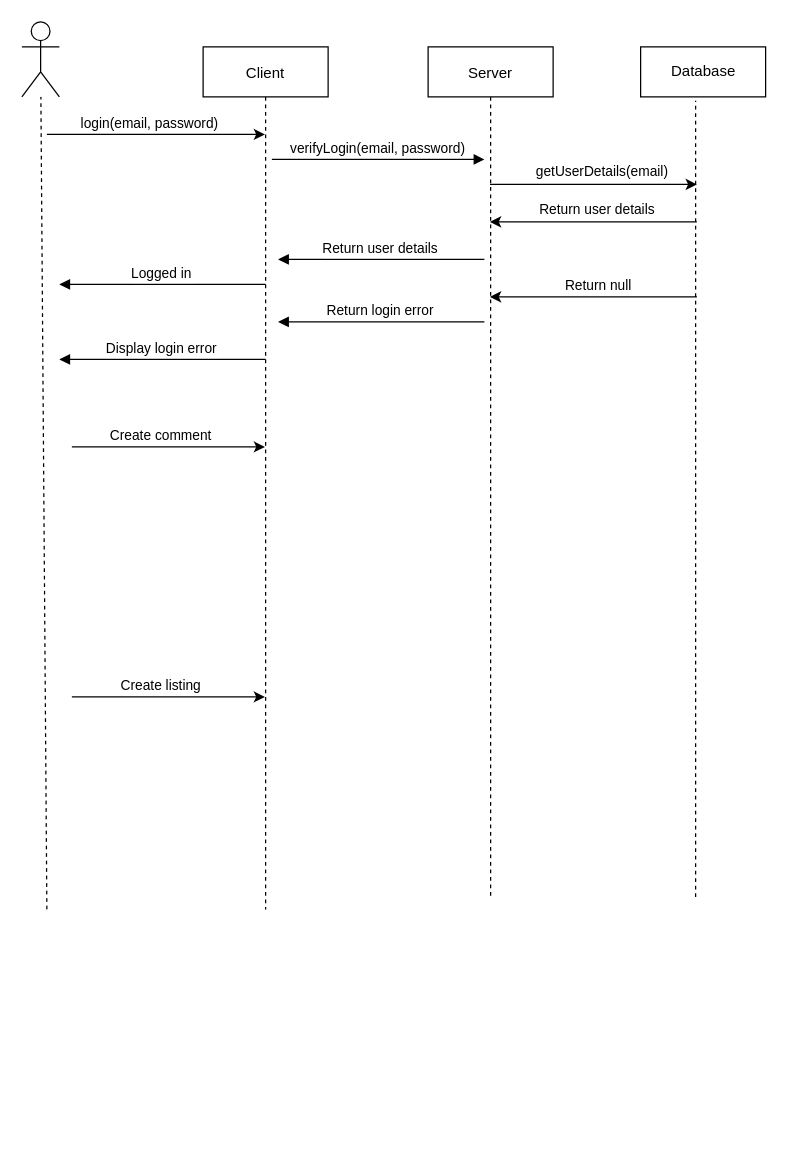
Earlier version of the draw.io diagram PSI_sequence_diagram.drawio (vortex200/tutor-finder-files). Source tidied: cells renumbered, new cells numbered last; positions are measured from the earlier drawing's top-left corner, leaving out a move shared by most shapes. Both pictures are drawn from the tidied source at 125%, with x=0, y=0 at pixel (21, 21).
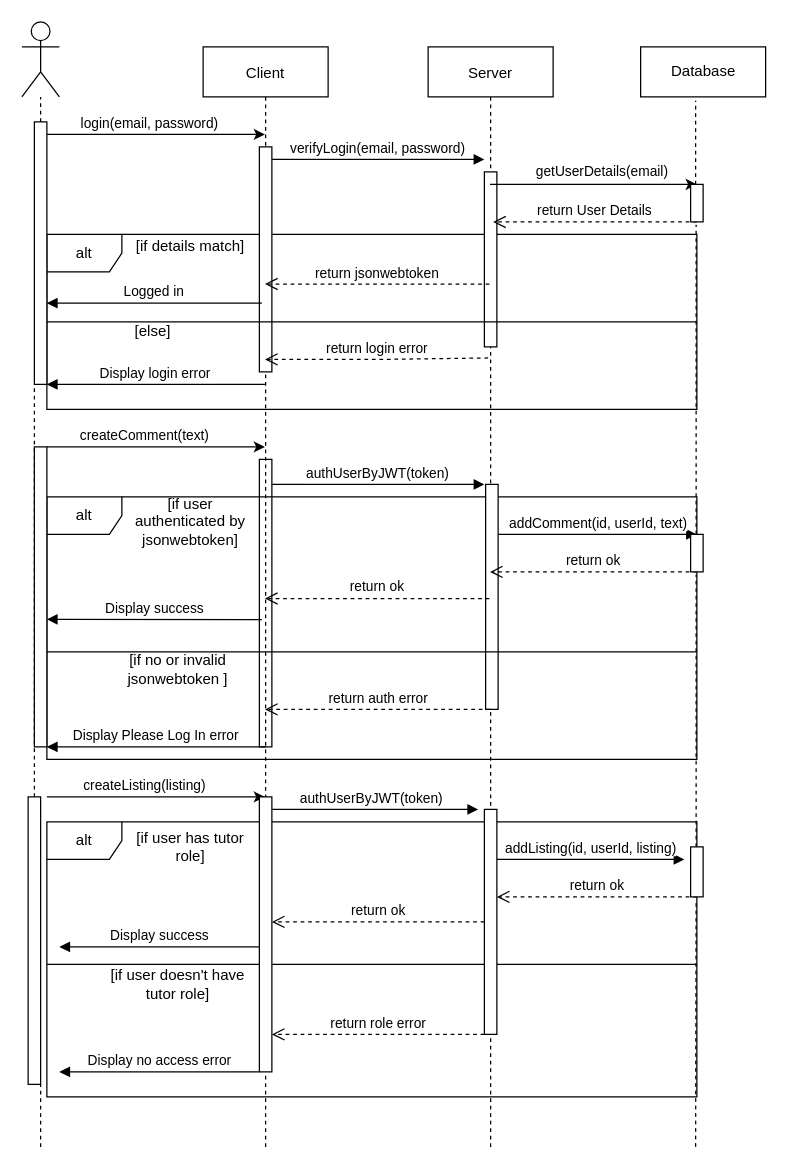
The same diagram, later.

Unchanged cells that the change refers to:
```xml
<mxCell id="2" value="Client" style="shape=umlLifeline;perimeter=lifelinePerimeter;rounded=0;shadow=0;strokeWidth=1;" parent="1" vertex="1">
  <mxGeometry x="145" y="20" width="100" height="690" as="geometry" />
</mxCell>
<mxCell id="3" value="Server" style="shape=umlLifeline;perimeter=lifelinePerimeter;rounded=0;shadow=0;strokeWidth=1;" parent="1" vertex="1">
  <mxGeometry x="325" y="20" width="100" height="680" as="geometry" />
</mxCell>
<mxCell id="6" value="Database" style="html=1;" parent="1" vertex="1">
  <mxGeometry x="495" y="20" width="100" height="40" as="geometry" />
</mxCell>
<mxCell id="7" style="shape=umlActor;verticalLabelPosition=bottom;verticalAlign=top;html=1;" parent="1" vertex="1">
  <mxGeometry width="30" height="60" as="geometry" />
</mxCell>
```

Diff of the diagram source:
```diff
@@
+    <mxCell id="24" style="html=1;perimeter=orthogonalPerimeter;" parent="1" vertex="1">
+      <mxGeometry x="190" y="350" width="10" height="230" as="geometry" />
+    </mxCell>
+    <mxCell id="25" value="alt" style="shape=umlFrame;whiteSpace=wrap;html=1;" parent="1" vertex="1">
+      <mxGeometry x="20" y="380" width="520" height="210" as="geometry" />
+    </mxCell>
+    <mxCell id="26" value="alt" style="shape=umlFrame;whiteSpace=wrap;html=1;" parent="1" vertex="1">
+      <mxGeometry x="20" y="170" width="520" height="140" as="geometry" />
+    </mxCell>
@@
+    <mxCell id="27" style="html=1;perimeter=orthogonalPerimeter;" parent="2" vertex="1">
+      <mxGeometry x="45" y="80" width="10" height="180" as="geometry" />
+    </mxCell>
@@
+    <mxCell id="28" value="addComment(id, userId, text)" style="html=1;verticalAlign=bottom;endArrow=block;" parent="3" edge="1" source="31">
+      <mxGeometry relative="1" as="geometry">
+        <mxPoint x="215" y="390" as="targetPoint" />
+      </mxGeometry>
+    </mxCell>
+    <mxCell id="29" style="endArrow=none;dashed=1;html=1;" parent="3" edge="1">
+      <mxGeometry relative="1" as="geometry">
+        <mxPoint x="50" y="880" as="sourcePoint" />
+        <mxPoint x="50" y="680" as="targetPoint" />
+      </mxGeometry>
+    </mxCell>
+    <mxCell id="30" style="html=1;perimeter=orthogonalPerimeter;" parent="3" vertex="1">
+      <mxGeometry x="45" y="100" width="10" height="140" as="geometry" />
+    </mxCell>
+    <mxCell id="31" style="html=1;points=[];perimeter=orthogonalPerimeter;" parent="3" vertex="1">
+      <mxGeometry x="46" y="350" width="10" height="180" as="geometry" />
+    </mxCell>
@@
-    <mxCell id="5" value="Return user details" style="verticalAlign=bottom;endArrow=block;entryX=1;entryY=0;shadow=0;strokeWidth=1;" parent="1" edge="1">
-      <mxGeometry relative="1" as="geometry">
-        <mxPoint x="370" y="190" as="sourcePoint" />
-        <mxPoint x="205" y="190" as="targetPoint" />
-      </mxGeometry>
-    </mxCell>
@@
-    <mxCell id="8" style="endArrow=none;dashed=1;html=1;" parent="1" edge="1" target="7">
-      <mxGeometry relative="1" as="geometry">
-        <mxPoint x="20" y="710" as="sourcePoint" />
-      </mxGeometry>
+    <mxCell id="8" style="endArrow=none;dashed=1;html=1;" parent="1" edge="1" source="59" target="7">
+      <mxGeometry relative="1" as="geometry" />
     </mxCell>
-    <mxCell id="9" style="endArrow=none;dashed=1;html=1;entryX=0.44;entryY=1.075;entryDx=0;entryDy=0;entryPerimeter=0;" parent="1" edge="1" target="6">
-      <mxGeometry relative="1" as="geometry">
-        <mxPoint x="539" y="700" as="sourcePoint" />
-      </mxGeometry>
+    <mxCell id="9" style="endArrow=none;dashed=1;html=1;entryX=0.44;entryY=1.075;entryDx=0;entryDy=0;entryPerimeter=0;" parent="1" edge="1" source="61" target="6">
+      <mxGeometry relative="1" as="geometry" />
     </mxCell>
@@
-    <mxCell id="14" value="Return user details" style="endArrow=classic;html=1;" parent="1" edge="1" target="3">
-      <mxGeometry x="-0.03" y="-10" relative="1" as="geometry">
-        <mxPoint x="540" y="160" as="sourcePoint" />
-      </mxGeometry>
-    </mxCell>
-    <mxCell id="15" style="endArrow=classic;html=1;" parent="1" edge="1" target="3">
-      <mxGeometry relative="1" as="geometry">
-        <mxPoint x="540" y="220" as="sourcePoint" />
-      </mxGeometry>
-    </mxCell>
-    <mxCell id="16" value="Return null" style="edgeLabel;html=1;align=center;verticalAlign=middle;" parent="15" vertex="1">
-      <mxGeometry x="-0.18" y="-2" relative="1" as="geometry">
-        <mxPoint x="-12" y="-8" as="offset" />
-      </mxGeometry>
-    </mxCell>
-    <mxCell id="17" value="Return login error" style="verticalAlign=bottom;endArrow=block;entryX=1;entryY=0;shadow=0;strokeWidth=1;" parent="1" edge="1">
-      <mxGeometry relative="1" as="geometry">
-        <mxPoint x="370" y="240" as="sourcePoint" />
-        <mxPoint x="205" y="240" as="targetPoint" />
-      </mxGeometry>
-    </mxCell>
-    <mxCell id="18" value="Display login error" style="verticalAlign=bottom;endArrow=block;entryX=1;entryY=0;shadow=0;strokeWidth=1;" parent="1" edge="1">
+    <mxCell id="18" value="Display login error" style="verticalAlign=bottom;endArrow=block;shadow=0;strokeWidth=1;" parent="1" edge="1">
       <mxGeometry relative="1" as="geometry">
-        <mxPoint x="195" y="270" as="sourcePoint" />
-        <mxPoint x="30" y="270" as="targetPoint" />
+        <mxPoint x="195" y="290" as="sourcePoint" />
+        <mxPoint x="20" y="290" as="targetPoint" />
       </mxGeometry>
     </mxCell>
-    <mxCell id="19" value="Logged in" style="verticalAlign=bottom;endArrow=block;entryX=1;entryY=0;shadow=0;strokeWidth=1;" parent="1" edge="1">
+    <mxCell id="19" value="Logged in" style="verticalAlign=bottom;endArrow=block;shadow=0;strokeWidth=1;exitX=0.47;exitY=0.297;exitDx=0;exitDy=0;exitPerimeter=0;" parent="1" edge="1" source="2">
       <mxGeometry relative="1" as="geometry">
-        <mxPoint x="195" y="210" as="sourcePoint" />
-        <mxPoint x="30" y="210" as="targetPoint" />
+        <mxPoint x="20" y="225" as="targetPoint" />
       </mxGeometry>
     </mxCell>
     <mxCell id="20" style="endArrow=classic;html=1;" parent="1" edge="1" target="2">
       <mxGeometry relative="1" as="geometry">
-        <mxPoint x="40" y="340" as="sourcePoint" />
+        <mxPoint x="20" y="340" as="sourcePoint" />
       </mxGeometry>
     </mxCell>
-    <mxCell id="21" value="Create comment" style="edgeLabel;html=1;align=center;verticalAlign=middle;" parent="20" vertex="1">
+    <mxCell id="21" value="createComment(text)" style="edgeLabel;html=1;align=center;verticalAlign=middle;" parent="20" vertex="1">
       <mxGeometry x="-0.29" y="-1" relative="1" as="geometry">
         <mxPoint x="15" y="-11" as="offset" />
       </mxGeometry>
     </mxCell>
     <mxCell id="22" style="endArrow=classic;html=1;" parent="1" edge="1" target="2">
       <mxGeometry relative="1" as="geometry">
-        <mxPoint x="40" y="540" as="sourcePoint" />
+        <mxPoint x="20" y="620" as="sourcePoint" />
       </mxGeometry>
     </mxCell>
-    <mxCell id="23" value="Create listing" style="edgeLabel;html=1;align=center;verticalAlign=middle;" parent="22" vertex="1">
+    <mxCell id="23" value="createListing(listing)" style="edgeLabel;html=1;align=center;verticalAlign=middle;" parent="22" vertex="1">
       <mxGeometry x="-0.29" y="-1" relative="1" as="geometry">
         <mxPoint x="15" y="-11" as="offset" />
       </mxGeometry>
     </mxCell>
+    <mxCell id="32" value="return User Details" style="html=1;verticalAlign=bottom;endArrow=open;dashed=1;endSize=8;entryX=0.52;entryY=0.206;entryDx=0;entryDy=0;entryPerimeter=0;" parent="1" edge="1" target="3">
+      <mxGeometry relative="1" as="geometry">
+        <mxPoint x="540" y="160" as="sourcePoint" />
+      </mxGeometry>
+    </mxCell>
+    <mxCell id="33" value="return jsonwebtoken" style="html=1;verticalAlign=bottom;endArrow=open;dashed=1;endSize=8;exitX=0.49;exitY=0.279;exitDx=0;exitDy=0;exitPerimeter=0;" parent="1" edge="1" source="3" target="2">
+      <mxGeometry relative="1" as="geometry" />
+    </mxCell>
+    <mxCell id="34" value="return login error" style="html=1;verticalAlign=bottom;endArrow=open;dashed=1;endSize=8;exitX=0.48;exitY=0.366;exitDx=0;exitDy=0;exitPerimeter=0;" parent="1" edge="1" source="3" target="2">
+      <mxGeometry relative="1" as="geometry">
+        <Array as="points">
+          <mxPoint x="290" y="270" />
+        </Array>
+      </mxGeometry>
+    </mxCell>
+    <mxCell id="35" style="line;strokeWidth=1;fillColor=none;align=left;verticalAlign=middle;spacingTop=-1;spacingLeft=3;spacingRight=3;labelPosition=right;" parent="1" vertex="1">
+      <mxGeometry x="20" y="236" width="520" height="8" as="geometry" />
+    </mxCell>
+    <mxCell id="36" value="[if details match]" style="text;html=1;strokeColor=none;fillColor=none;align=center;verticalAlign=middle;whiteSpace=wrap;rounded=0;" parent="1" vertex="1">
+      <mxGeometry x="90" y="170" width="90" height="20" as="geometry" />
+    </mxCell>
+    <mxCell id="37" value="[else]" style="text;html=1;strokeColor=none;fillColor=none;align=center;verticalAlign=middle;whiteSpace=wrap;rounded=0;" parent="1" vertex="1">
+      <mxGeometry x="80" y="238" width="50" height="20" as="geometry" />
+    </mxCell>
+    <mxCell id="38" value="authUserByJWT(token)" style="verticalAlign=bottom;endArrow=block;entryX=0;entryY=0;shadow=0;strokeWidth=1;" parent="1" edge="1">
+      <mxGeometry relative="1" as="geometry">
+        <mxPoint x="200" y="370" as="sourcePoint" />
+        <mxPoint x="370" y="370" as="targetPoint" />
+      </mxGeometry>
+    </mxCell>
+    <mxCell id="39" value="return ok" style="html=1;verticalAlign=bottom;endArrow=open;dashed=1;endSize=8;" parent="1" edge="1" target="3">
+      <mxGeometry relative="1" as="geometry">
+        <mxPoint x="540" y="440" as="sourcePoint" />
+      </mxGeometry>
+    </mxCell>
+    <mxCell id="40" value="[if user authenticated by jsonwebtoken]" style="text;html=1;strokeColor=none;fillColor=none;align=center;verticalAlign=middle;whiteSpace=wrap;rounded=0;" parent="1" vertex="1">
+      <mxGeometry x="85" y="390" width="100" height="20" as="geometry" />
+    </mxCell>
+    <mxCell id="41" value="return ok" style="html=1;verticalAlign=bottom;endArrow=open;dashed=1;endSize=8;exitX=0.49;exitY=0.649;exitDx=0;exitDy=0;exitPerimeter=0;" parent="1" edge="1" source="3" target="2">
+      <mxGeometry relative="1" as="geometry" />
+    </mxCell>
+    <mxCell id="42" value="Display success" style="html=1;verticalAlign=bottom;endArrow=block;exitX=0.47;exitY=0.664;exitDx=0;exitDy=0;exitPerimeter=0;" parent="1" edge="1" source="2">
+      <mxGeometry relative="1" as="geometry">
+        <mxPoint x="20" y="478" as="targetPoint" />
+      </mxGeometry>
+    </mxCell>
+    <mxCell id="43" style="line;strokeWidth=1;fillColor=none;align=left;verticalAlign=middle;spacingTop=-1;spacingLeft=3;spacingRight=3;labelPosition=right;" parent="1" vertex="1">
+      <mxGeometry x="20" y="500" width="520" height="8" as="geometry" />
+    </mxCell>
+    <mxCell id="44" value="[if no or invalid jsonwebtoken ]" style="text;html=1;strokeColor=none;fillColor=none;align=center;verticalAlign=middle;whiteSpace=wrap;rounded=0;" parent="1" vertex="1">
+      <mxGeometry x="80" y="508" width="90" height="20" as="geometry" />
+    </mxCell>
+    <mxCell id="45" value="return auth error" style="html=1;verticalAlign=bottom;endArrow=open;dashed=1;endSize=8;" parent="1" edge="1" source="3" target="2">
+      <mxGeometry relative="1" as="geometry">
+        <Array as="points">
+          <mxPoint x="310" y="550" />
+        </Array>
+      </mxGeometry>
+    </mxCell>
+    <mxCell id="46" value="Display Please Log In error" style="html=1;verticalAlign=bottom;endArrow=block;" parent="1" edge="1">
+      <mxGeometry relative="1" as="geometry">
+        <mxPoint x="195" y="580" as="sourcePoint" />
+        <mxPoint x="20" y="580" as="targetPoint" />
+      </mxGeometry>
+    </mxCell>
+    <mxCell id="47" value="authUserByJWT(token)" style="verticalAlign=bottom;endArrow=block;entryX=0;entryY=0;shadow=0;strokeWidth=1;" parent="1" edge="1">
+      <mxGeometry relative="1" as="geometry">
+        <mxPoint x="195" y="630" as="sourcePoint" />
+        <mxPoint x="365" y="630" as="targetPoint" />
+      </mxGeometry>
+    </mxCell>
+    <mxCell id="48" value="alt" style="shape=umlFrame;whiteSpace=wrap;html=1;" parent="1" vertex="1">
+      <mxGeometry x="20" y="640" width="520" height="220" as="geometry" />
+    </mxCell>
+    <mxCell id="49" value="[if user has tutor role]" style="text;html=1;strokeColor=none;fillColor=none;align=center;verticalAlign=middle;whiteSpace=wrap;rounded=0;" parent="1" vertex="1">
+      <mxGeometry x="90" y="650" width="90" height="20" as="geometry" />
+    </mxCell>
+    <mxCell id="50" style="endArrow=none;dashed=1;html=1;entryX=0.5;entryY=0.996;entryDx=0;entryDy=0;entryPerimeter=0;" parent="1" edge="1" target="2">
+      <mxGeometry relative="1" as="geometry">
+        <mxPoint x="195" y="900" as="sourcePoint" />
+      </mxGeometry>
+    </mxCell>
+    <mxCell id="51" value="addListing(id, userId, listing)" style="html=1;verticalAlign=bottom;endArrow=block;" parent="1" edge="1">
+      <mxGeometry relative="1" as="geometry">
+        <mxPoint x="380" y="670" as="sourcePoint" />
+        <mxPoint x="530" y="670" as="targetPoint" />
+      </mxGeometry>
+    </mxCell>
+    <mxCell id="52" value="return ok" style="html=1;verticalAlign=bottom;endArrow=open;dashed=1;endSize=8;" parent="1" edge="1">
+      <mxGeometry relative="1" as="geometry">
+        <mxPoint x="540" y="700" as="sourcePoint" />
+        <mxPoint x="380" y="700" as="targetPoint" />
+      </mxGeometry>
+    </mxCell>
+    <mxCell id="53" value="return ok" style="html=1;verticalAlign=bottom;endArrow=open;dashed=1;endSize=8;" parent="1" edge="1">
+      <mxGeometry relative="1" as="geometry">
+        <mxPoint x="370" y="720" as="sourcePoint" />
+        <mxPoint x="200" y="720" as="targetPoint" />
+      </mxGeometry>
+    </mxCell>
+    <mxCell id="54" value="Display success" style="html=1;verticalAlign=bottom;endArrow=block;" parent="1" edge="1">
+      <mxGeometry relative="1" as="geometry">
+        <mxPoint x="190" y="740" as="sourcePoint" />
+        <mxPoint x="30" y="740" as="targetPoint" />
+      </mxGeometry>
+    </mxCell>
+    <mxCell id="55" style="line;strokeWidth=1;fillColor=none;align=left;verticalAlign=middle;spacingTop=-1;spacingLeft=3;spacingRight=3;labelPosition=right;" parent="1" vertex="1">
+      <mxGeometry x="20" y="750" width="520" height="8" as="geometry" />
+    </mxCell>
+    <mxCell id="56" value="[if user doesn't have tutor role]" style="text;html=1;strokeColor=none;fillColor=none;align=center;verticalAlign=middle;whiteSpace=wrap;rounded=0;" parent="1" vertex="1">
+      <mxGeometry x="70" y="760" width="110" height="20" as="geometry" />
+    </mxCell>
+    <mxCell id="57" value="return role error" style="html=1;verticalAlign=bottom;endArrow=open;dashed=1;endSize=8;" parent="1" edge="1">
+      <mxGeometry relative="1" as="geometry">
+        <mxPoint x="370" y="810" as="sourcePoint" />
+        <mxPoint x="200" y="810" as="targetPoint" />
+      </mxGeometry>
+    </mxCell>
+    <mxCell id="58" value="Display no access error" style="html=1;verticalAlign=bottom;endArrow=block;" parent="1" edge="1">
+      <mxGeometry relative="1" as="geometry">
+        <mxPoint x="190" y="840" as="sourcePoint" />
+        <mxPoint x="30" y="840" as="targetPoint" />
+      </mxGeometry>
+    </mxCell>
+    <mxCell id="59" style="html=1;points=[];perimeter=orthogonalPerimeter;" parent="1" vertex="1">
+      <mxGeometry x="10" y="80" width="10" height="210" as="geometry" />
+    </mxCell>
+    <mxCell id="60" style="endArrow=none;dashed=1;html=1;" parent="1" edge="1" source="66" target="59">
+      <mxGeometry relative="1" as="geometry" />
+    </mxCell>
+    <mxCell id="61" style="html=1;points=[];perimeter=orthogonalPerimeter;" parent="1" vertex="1">
+      <mxGeometry x="535" y="130" width="10" height="30" as="geometry" />
+    </mxCell>
+    <mxCell id="62" style="endArrow=none;dashed=1;html=1;entryX=0.44;entryY=1.075;entryDx=0;entryDy=0;entryPerimeter=0;" parent="1" edge="1" source="63" target="61">
+      <mxGeometry relative="1" as="geometry" />
+    </mxCell>
+    <mxCell id="63" style="html=1;points=[];perimeter=orthogonalPerimeter;" parent="1" vertex="1">
+      <mxGeometry x="535" y="410" width="10" height="30" as="geometry" />
+    </mxCell>
+    <mxCell id="64" style="endArrow=none;dashed=1;html=1;entryX=0.44;entryY=1.075;entryDx=0;entryDy=0;entryPerimeter=0;" parent="1" edge="1" source="70" target="63">
+      <mxGeometry relative="1" as="geometry" />
+    </mxCell>
+    <mxCell id="65" style="html=1;perimeter=orthogonalPerimeter;" parent="1" vertex="1">
+      <mxGeometry x="10" y="340" width="10" height="240" as="geometry" />
+    </mxCell>
+    <mxCell id="66" style="html=1;points=[];perimeter=orthogonalPerimeter;" parent="1" vertex="1">
+      <mxGeometry x="5" y="620" width="10" height="230" as="geometry" />
+    </mxCell>
+    <mxCell id="67" style="endArrow=none;dashed=1;html=1;" parent="1" edge="1" target="66">
+      <mxGeometry relative="1" as="geometry">
+        <mxPoint x="15" y="900" as="sourcePoint" />
+      </mxGeometry>
+    </mxCell>
+    <mxCell id="68" style="html=1;perimeter=orthogonalPerimeter;" parent="1" vertex="1">
+      <mxGeometry x="190" y="620" width="10" height="220" as="geometry" />
+    </mxCell>
+    <mxCell id="69" style="html=1;perimeter=orthogonalPerimeter;" parent="1" vertex="1">
+      <mxGeometry x="370" y="630" width="10" height="180" as="geometry" />
+    </mxCell>
+    <mxCell id="70" style="html=1;points=[];perimeter=orthogonalPerimeter;" parent="1" vertex="1">
+      <mxGeometry x="535" y="660" width="10" height="40" as="geometry" />
+    </mxCell>
+    <mxCell id="71" style="endArrow=none;dashed=1;html=1;entryX=0.44;entryY=1.075;entryDx=0;entryDy=0;entryPerimeter=0;" parent="1" edge="1" target="70">
+      <mxGeometry relative="1" as="geometry">
+        <mxPoint x="539" y="900" as="sourcePoint" />
+      </mxGeometry>
+    </mxCell>
```
